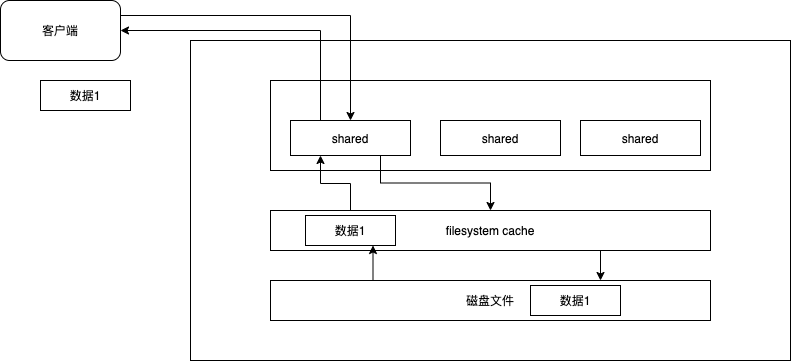
sivanbil/architecthure-diagram keeps this draw.io diagram as es/filesystem-cache.png. Above is the earlier version. Source tidied: cells renumbered, new cells last; positions are measured from the earlier drawing's top-left corner, leaving out a move shared by most shapes.
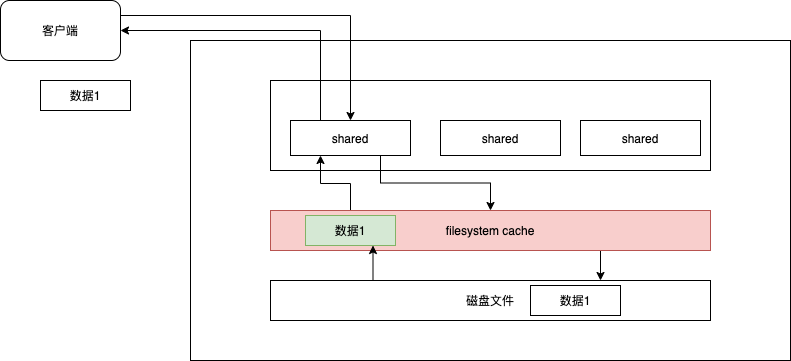
The same diagram one commit later.

Diff of the diagram source:
```diff
@@ -35,7 +35,7 @@
         </Array>
       </mxGeometry>
     </mxCell>
-    <mxCell id="11" value="filesystem cache" style="rounded=0;whiteSpace=wrap;html=1;" parent="1" vertex="1">
+    <mxCell id="11" value="filesystem cache" style="rounded=0;whiteSpace=wrap;html=1;fillColor=#f8cecc;strokeColor=#b85450;" parent="1" vertex="1">
       <mxGeometry x="270" y="210" width="440" height="40" as="geometry" />
     </mxCell>
     <mxCell id="12" style="edgeStyle=orthogonalEdgeStyle;rounded=0;jettySize=auto;html=1;exitX=0.25;exitY=0;exitDx=0;exitDy=0;entryX=0.75;entryY=1;entryDx=0;entryDy=0;" parent="1" edge="1" source="13" target="18">
@@ -56,7 +56,7 @@
     <mxCell id="17" value="数据1" style="rounded=0;whiteSpace=wrap;html=1;" parent="1" vertex="1">
       <mxGeometry x="530" y="285" width="90" height="30" as="geometry" />
     </mxCell>
-    <mxCell id="18" value="数据1" style="rounded=0;whiteSpace=wrap;html=1;" parent="1" vertex="1">
+    <mxCell id="18" value="数据1" style="rounded=0;whiteSpace=wrap;html=1;fillColor=#d5e8d4;strokeColor=#82b366;" parent="1" vertex="1">
       <mxGeometry x="305" y="215" width="90" height="30" as="geometry" />
     </mxCell>
   </root>
```
